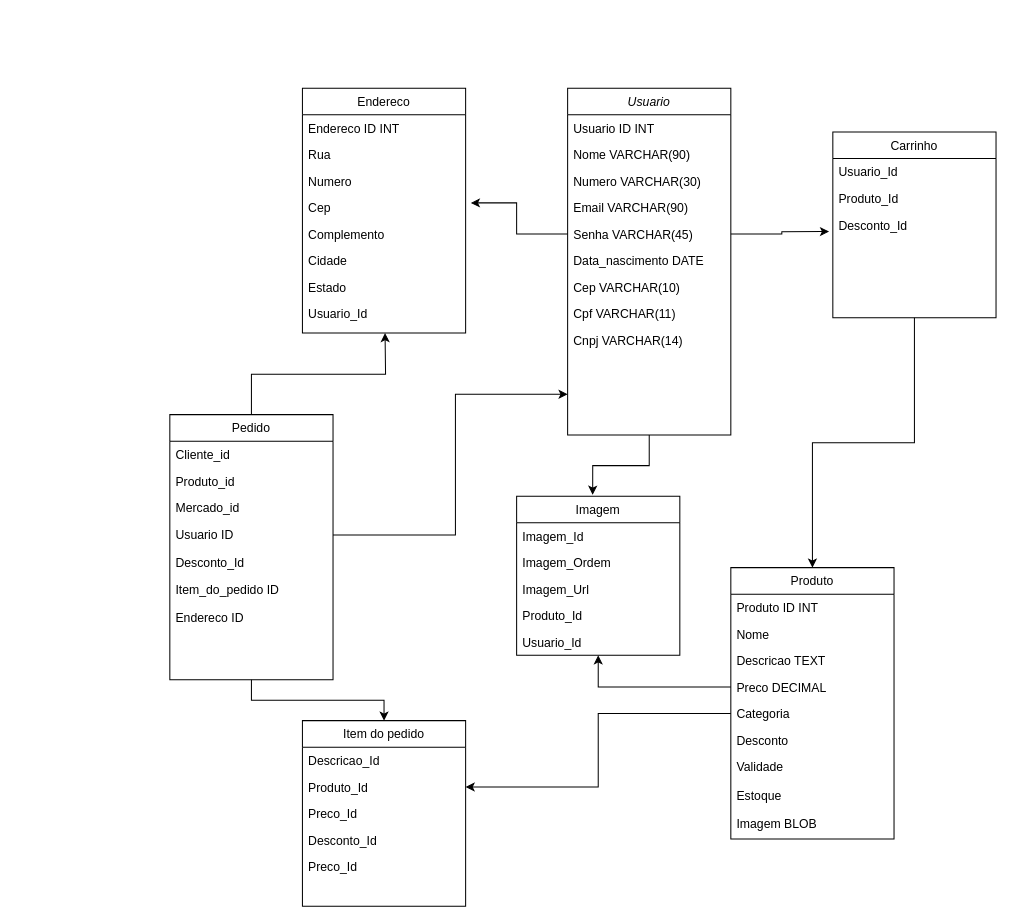
This is Pi5.drawio from GustavoSsampaio/Pi_Baratin, a draw.io file, before an edit. Source tidied: cells renumbered, new cells numbered last; positions are measured from the earlier drawing's top-left corner, leaving out a move shared by most shapes. Both pictures are drawn from the tidied source at 102%, with x=0, y=0 at pixel (169, 88).
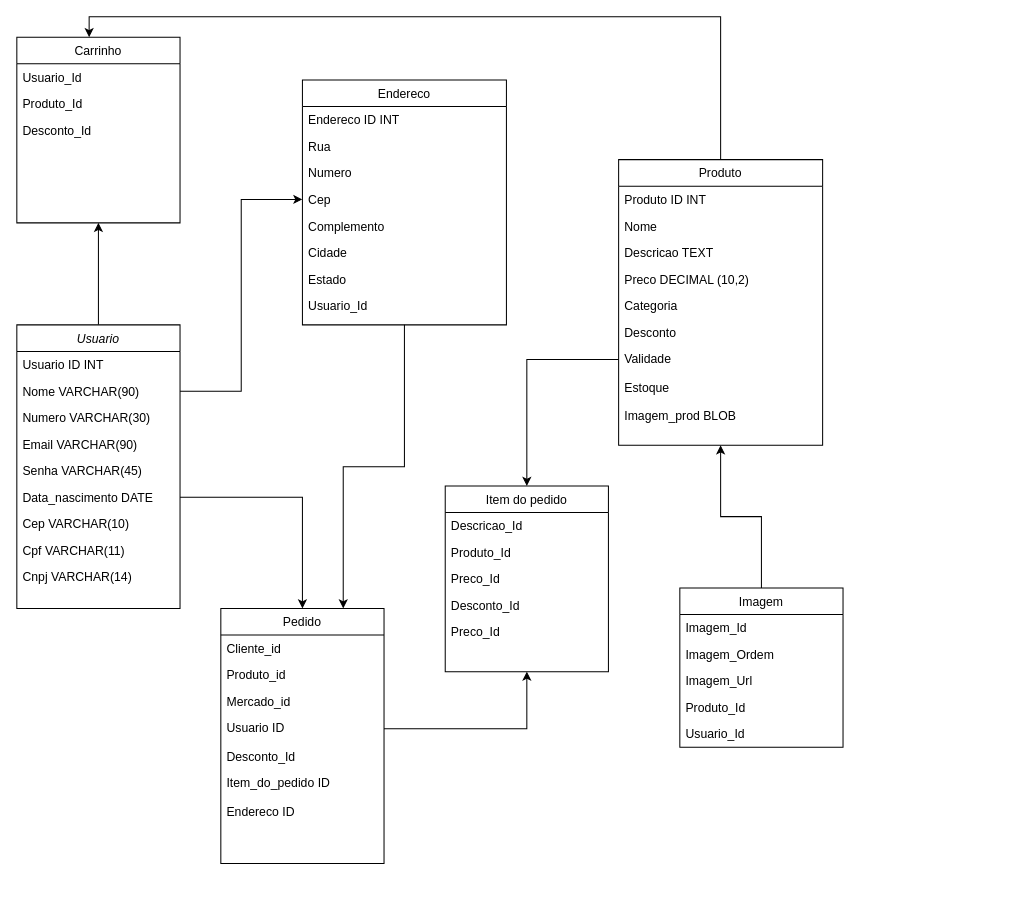
Above is the later version.

Unchanged cells that the change refers to:
```xml
<mxCell id="4" value="Nome VARCHAR(90)" style="text;align=left;verticalAlign=top;spacingLeft=4;spacingRight=4;overflow=hidden;points=[[0,0.5],[1,0.5]];portConstraint=eastwest;" parent="2" vertex="1">
  <mxGeometry y="52" width="160" height="26" as="geometry" />
</mxCell>
<mxCell id="7" value="Senha VARCHAR(45)" style="text;align=left;verticalAlign=top;spacingLeft=4;spacingRight=4;overflow=hidden;points=[[0,0.5],[1,0.5]];portConstraint=eastwest;" parent="2" vertex="1">
  <mxGeometry y="130" width="160" height="26" as="geometry" />
</mxCell>
<mxCell id="8" value="Data_nascimento DATE" style="text;align=left;verticalAlign=top;spacingLeft=4;spacingRight=4;overflow=hidden;points=[[0,0.5],[1,0.5]];portConstraint=eastwest;" parent="2" vertex="1">
  <mxGeometry y="156" width="160" height="26" as="geometry" />
</mxCell>
<mxCell id="16" value="Desconto_Id" style="text;align=left;verticalAlign=top;spacingLeft=4;spacingRight=4;overflow=hidden;points=[[0,0.5],[1,0.5]];portConstraint=eastwest;" parent="13" vertex="1">
  <mxGeometry y="78" width="160" height="26" as="geometry" />
</mxCell>
<mxCell id="29" value="Produto_Id" style="text;align=left;verticalAlign=top;spacingLeft=4;spacingRight=4;overflow=hidden;points=[[0,0.5],[1,0.5]];portConstraint=eastwest;" parent="27" vertex="1">
  <mxGeometry y="52" width="160" height="26" as="geometry" />
</mxCell>
<mxCell id="38" value="Usuario ID" style="text;align=left;verticalAlign=top;spacingLeft=4;spacingRight=4;overflow=hidden;points=[[0,0.5],[1,0.5]];portConstraint=eastwest;" parent="34" vertex="1">
  <mxGeometry y="104" width="160" height="28" as="geometry" />
</mxCell>
```

Diff of the diagram source:
```diff
@@
+    <mxCell id="64" style="edgeStyle=orthogonalEdgeStyle;rounded=0;jettySize=auto;html=1;exitX=0.5;exitY=0;exitDx=0;exitDy=0;entryX=0.5;entryY=1;entryDx=0;entryDy=0;" parent="1" edge="1" source="2" target="13">
+      <mxGeometry relative="1" as="geometry" />
+    </mxCell>
     <mxCell id="2" value="Usuario" style="swimlane;fontStyle=2;align=center;verticalAlign=top;horizontal=1;startSize=26;rounded=0;shadow=0;strokeWidth=1;" parent="1" vertex="1">
-      <mxGeometry x="390" width="160" height="340" as="geometry" />
+      <mxGeometry x="-150" y="232" width="160" height="278" as="geometry" />
     </mxCell>
@@
-    <mxCell id="12" style="edgeStyle=orthogonalEdgeStyle;rounded=0;jettySize=auto;html=1;exitX=0.5;exitY=1;exitDx=0;exitDy=0;" parent="1" edge="1" source="13" target="17">
-      <mxGeometry relative="1" as="geometry" />
-    </mxCell>
     <mxCell id="13" value="Carrinho" style="swimlane;fontStyle=0;align=center;verticalAlign=top;horizontal=1;startSize=26;rounded=0;shadow=0;strokeWidth=1;" parent="1" vertex="1">
-      <mxGeometry x="650" y="43" width="160" height="182" as="geometry" />
+      <mxGeometry x="-150" y="-50" width="160" height="182" as="geometry" />
     </mxCell>
@@
     <mxCell id="17" value="Produto" style="swimlane;fontStyle=0;align=center;verticalAlign=top;horizontal=1;startSize=26;rounded=0;shadow=0;strokeWidth=1;" parent="1" vertex="1">
-      <mxGeometry x="550" y="470" width="160" height="266" as="geometry" />
+      <mxGeometry x="440" y="70" width="200" height="280" as="geometry" />
     </mxCell>
     <mxCell id="18" value="Produto ID INT" style="text;align=left;verticalAlign=top;spacingLeft=4;spacingRight=4;overflow=hidden;" parent="17" vertex="1">
-      <mxGeometry y="26" width="160" height="26" as="geometry" />
+      <mxGeometry y="26" width="200" height="26" as="geometry" />
     </mxCell>
     <mxCell id="19" value="Nome" style="text;align=left;verticalAlign=top;spacingLeft=4;spacingRight=4;overflow=hidden;" parent="17" vertex="1">
-      <mxGeometry y="52" width="160" height="26" as="geometry" />
+      <mxGeometry y="52" width="200" height="26" as="geometry" />
     </mxCell>
     <mxCell id="20" value="Descricao TEXT" style="text;align=left;verticalAlign=top;spacingLeft=4;spacingRight=4;overflow=hidden;" parent="17" vertex="1">
-      <mxGeometry y="78" width="160" height="26" as="geometry" />
+      <mxGeometry y="78" width="200" height="26" as="geometry" />
     </mxCell>
-    <mxCell id="21" value="Preco DECIMAL" style="text;align=left;verticalAlign=top;spacingLeft=4;spacingRight=4;overflow=hidden;points=[[0,0.5],[1,0.5]];portConstraint=eastwest;" parent="17" vertex="1">
-      <mxGeometry y="104" width="160" height="26" as="geometry" />
+    <mxCell id="21" value="Preco DECIMAL (10,2)" style="text;align=left;verticalAlign=top;spacingLeft=4;spacingRight=4;overflow=hidden;points=[[0,0.5],[1,0.5]];portConstraint=eastwest;" parent="17" vertex="1">
+      <mxGeometry y="104" width="200" height="26" as="geometry" />
     </mxCell>
     <mxCell id="22" value="Categoria" style="text;align=left;verticalAlign=top;spacingLeft=4;spacingRight=4;overflow=hidden;points=[[0,0.5],[1,0.5]];portConstraint=eastwest;" parent="17" vertex="1">
-      <mxGeometry y="130" width="160" height="26" as="geometry" />
+      <mxGeometry y="130" width="200" height="26" as="geometry" />
     </mxCell>
     <mxCell id="23" value="Desconto" style="text;align=left;verticalAlign=top;spacingLeft=4;spacingRight=4;overflow=hidden;" parent="17" vertex="1">
-      <mxGeometry y="156" width="160" height="26" as="geometry" />
+      <mxGeometry y="156" width="200" height="26" as="geometry" />
     </mxCell>
     <mxCell id="24" value="Validade" style="text;align=left;verticalAlign=top;spacingLeft=4;spacingRight=4;overflow=hidden;points=[[0,0.5],[1,0.5]];portConstraint=eastwest;" parent="17" vertex="1">
-      <mxGeometry y="182" width="160" height="28" as="geometry" />
+      <mxGeometry y="182" width="200" height="28" as="geometry" />
     </mxCell>
     <mxCell id="25" value="Estoque " style="text;align=left;verticalAlign=top;spacingLeft=4;spacingRight=4;overflow=hidden;" parent="17" vertex="1">
-      <mxGeometry y="210" width="160" height="28" as="geometry" />
+      <mxGeometry y="210" width="200" height="28" as="geometry" />
     </mxCell>
-    <mxCell id="26" value="Imagem BLOB" style="text;align=left;verticalAlign=top;spacingLeft=4;spacingRight=4;overflow=hidden;" parent="17" vertex="1">
-      <mxGeometry y="238" width="160" height="28" as="geometry" />
+    <mxCell id="26" value="Imagem_prod BLOB" style="text;align=left;verticalAlign=top;spacingLeft=4;spacingRight=4;overflow=hidden;" parent="17" vertex="1">
+      <mxGeometry y="238" width="200" height="28" as="geometry" />
     </mxCell>
     <mxCell id="27" value="Item do pedido" style="swimlane;fontStyle=0;align=center;verticalAlign=top;horizontal=1;startSize=26;rounded=0;shadow=0;strokeWidth=1;" parent="1" vertex="1">
-      <mxGeometry x="130" y="620" width="160" height="182" as="geometry" />
+      <mxGeometry x="270" y="390" width="160" height="182" as="geometry" />
     </mxCell>
@@
-    <mxCell id="33" style="edgeStyle=orthogonalEdgeStyle;rounded=0;jettySize=auto;html=1;exitX=0.5;exitY=1;exitDx=0;exitDy=0;entryX=0.5;entryY=0;entryDx=0;entryDy=0;" parent="1" edge="1" source="34" target="27">
-      <mxGeometry relative="1" as="geometry" />
-    </mxCell>
     <mxCell id="34" value="Pedido" style="swimlane;fontStyle=0;align=center;verticalAlign=top;horizontal=1;startSize=26;rounded=0;shadow=0;strokeWidth=1;" parent="1" vertex="1">
-      <mxGeometry y="320" width="160" height="260" as="geometry" />
+      <mxGeometry x="50" y="510" width="160" height="250" as="geometry" />
     </mxCell>
@@
+    <mxCell id="65" style="edgeStyle=orthogonalEdgeStyle;rounded=0;jettySize=auto;html=1;exitX=0.5;exitY=1;exitDx=0;exitDy=0;entryX=0.75;entryY=0;entryDx=0;entryDy=0;" parent="1" edge="1" source="42" target="34">
+      <mxGeometry relative="1" as="geometry" />
+    </mxCell>
     <mxCell id="42" value="Endereco" style="swimlane;fontStyle=0;align=center;verticalAlign=top;horizontal=1;startSize=26;rounded=0;shadow=0;strokeWidth=1;" parent="1" vertex="1">
-      <mxGeometry x="130" width="160" height="240" as="geometry" />
+      <mxGeometry x="130" y="-8" width="200" height="240" as="geometry" />
     </mxCell>
     <mxCell id="43" value="Endereco ID INT" style="text;align=left;verticalAlign=top;spacingLeft=4;spacingRight=4;overflow=hidden;" parent="42" vertex="1">
-      <mxGeometry y="26" width="160" height="26" as="geometry" />
+      <mxGeometry y="26" width="200" height="26" as="geometry" />
     </mxCell>
     <mxCell id="44" value="Rua" style="text;align=left;verticalAlign=top;spacingLeft=4;spacingRight=4;overflow=hidden;" parent="42" vertex="1">
-      <mxGeometry y="52" width="160" height="26" as="geometry" />
+      <mxGeometry y="52" width="200" height="26" as="geometry" />
     </mxCell>
     <mxCell id="45" value="Numero" style="text;align=left;verticalAlign=top;spacingLeft=4;spacingRight=4;overflow=hidden;" parent="42" vertex="1">
-      <mxGeometry y="78" width="160" height="26" as="geometry" />
+      <mxGeometry y="78" width="200" height="26" as="geometry" />
     </mxCell>
     <mxCell id="46" value="Cep" style="text;align=left;verticalAlign=top;spacingLeft=4;spacingRight=4;overflow=hidden;points=[[0,0.5],[1,0.5]];portConstraint=eastwest;" parent="42" vertex="1">
-      <mxGeometry y="104" width="160" height="26" as="geometry" />
+      <mxGeometry y="104" width="200" height="26" as="geometry" />
     </mxCell>
     <mxCell id="47" value="Complemento" style="text;align=left;verticalAlign=top;spacingLeft=4;spacingRight=4;overflow=hidden;" parent="42" vertex="1">
-      <mxGeometry y="130" width="160" height="26" as="geometry" />
+      <mxGeometry y="130" width="200" height="26" as="geometry" />
     </mxCell>
     <mxCell id="48" value="Cidade" style="text;align=left;verticalAlign=top;spacingLeft=4;spacingRight=4;overflow=hidden;" parent="42" vertex="1">
-      <mxGeometry y="156" width="160" height="26" as="geometry" />
+      <mxGeometry y="156" width="200" height="26" as="geometry" />
     </mxCell>
     <mxCell id="49" value="Estado" style="text;align=left;verticalAlign=top;spacingLeft=4;spacingRight=4;overflow=hidden;" parent="42" vertex="1">
-      <mxGeometry y="182" width="160" height="26" as="geometry" />
+      <mxGeometry y="182" width="200" height="26" as="geometry" />
     </mxCell>
     <mxCell id="50" value="Usuario_Id" style="text;align=left;verticalAlign=top;spacingLeft=4;spacingRight=4;overflow=hidden;" parent="42" vertex="1">
-      <mxGeometry y="208" width="160" height="26" as="geometry" />
+      <mxGeometry y="208" width="200" height="26" as="geometry" />
     </mxCell>
-    <mxCell id="51" style="edgeStyle=orthogonalEdgeStyle;rounded=0;jettySize=auto;html=1;exitX=1;exitY=0.5;exitDx=0;exitDy=0;entryX=-0.023;entryY=0.752;entryDx=0;entryDy=0;entryPerimeter=0;" parent="1" edge="1" source="7" target="16">
-      <mxGeometry relative="1" as="geometry" />
-    </mxCell>
-    <mxCell id="52" style="edgeStyle=orthogonalEdgeStyle;rounded=0;jettySize=auto;html=1;exitX=1;exitY=0.5;exitDx=0;exitDy=0;" parent="1" edge="1" source="38">
-      <mxGeometry relative="1" as="geometry">
-        <mxPoint x="390" y="300" as="targetPoint" />
-        <Array as="points">
-          <mxPoint x="280" y="438" />
-          <mxPoint x="280" y="300" />
-        </Array>
-      </mxGeometry>
-    </mxCell>
-    <mxCell id="53" style="edgeStyle=orthogonalEdgeStyle;rounded=0;jettySize=auto;html=1;exitX=0;exitY=0.5;exitDx=0;exitDy=0;entryX=1.032;entryY=0.323;entryDx=0;entryDy=0;entryPerimeter=0;" parent="1" edge="1" source="7" target="46">
-      <mxGeometry relative="1" as="geometry" />
-    </mxCell>
-    <mxCell id="54" style="edgeStyle=orthogonalEdgeStyle;rounded=0;jettySize=auto;html=1;exitX=0.5;exitY=0;exitDx=0;exitDy=0;" parent="1" edge="1" source="34">
-      <mxGeometry relative="1" as="geometry">
-        <mxPoint x="211" y="240" as="targetPoint" />
-      </mxGeometry>
-    </mxCell>
-    <mxCell id="55" style="edgeStyle=orthogonalEdgeStyle;rounded=0;jettySize=auto;html=1;exitX=0;exitY=0.5;exitDx=0;exitDy=0;entryX=1;entryY=0.5;entryDx=0;entryDy=0;" parent="1" edge="1" source="22" target="29">
-      <mxGeometry relative="1" as="geometry" />
-    </mxCell>
+    <mxCell id="66" style="edgeStyle=orthogonalEdgeStyle;rounded=0;jettySize=auto;html=1;exitX=0.5;exitY=0;exitDx=0;exitDy=0;entryX=0.5;entryY=1;entryDx=0;entryDy=0;" parent="1" edge="1" source="56" target="17">
+      <mxGeometry relative="1" as="geometry" />
+    </mxCell>
     <mxCell id="56" value="Imagem" style="swimlane;fontStyle=0;align=center;verticalAlign=top;horizontal=1;startSize=26;rounded=0;shadow=0;strokeWidth=1;" parent="1" vertex="1">
-      <mxGeometry x="340" y="400" width="160" height="156" as="geometry" />
+      <mxGeometry x="500" y="490" width="160" height="156" as="geometry" />
     </mxCell>
@@
-    <mxCell id="62" style="edgeStyle=orthogonalEdgeStyle;rounded=0;jettySize=auto;html=1;exitX=0.5;exitY=1;exitDx=0;exitDy=0;entryX=0.466;entryY=-0.009;entryDx=0;entryDy=0;entryPerimeter=0;" parent="1" edge="1" source="2" target="56">
-      <mxGeometry relative="1" as="geometry" />
-    </mxCell>
-    <mxCell id="63" style="edgeStyle=orthogonalEdgeStyle;rounded=0;jettySize=auto;html=1;exitX=0;exitY=0.5;exitDx=0;exitDy=0;entryX=0.5;entryY=1;entryDx=0;entryDy=0;" parent="1" edge="1" source="21" target="56">
-      <mxGeometry relative="1" as="geometry" />
-    </mxCell>
+    <mxCell id="67" style="edgeStyle=orthogonalEdgeStyle;rounded=0;jettySize=auto;html=1;exitX=0.5;exitY=0;exitDx=0;exitDy=0;entryX=0.443;entryY=0;entryDx=0;entryDy=0;entryPerimeter=0;" parent="1" edge="1" source="17" target="13">
+      <mxGeometry relative="1" as="geometry" />
+    </mxCell>
+    <mxCell id="68" style="edgeStyle=orthogonalEdgeStyle;rounded=0;jettySize=auto;html=1;exitX=1;exitY=0.5;exitDx=0;exitDy=0;entryX=0;entryY=0.5;entryDx=0;entryDy=0;" parent="1" edge="1" source="4" target="46">
+      <mxGeometry relative="1" as="geometry" />
+    </mxCell>
+    <mxCell id="69" style="edgeStyle=orthogonalEdgeStyle;rounded=0;jettySize=auto;html=1;exitX=1;exitY=0.5;exitDx=0;exitDy=0;entryX=0.5;entryY=0;entryDx=0;entryDy=0;" parent="1" edge="1" source="8" target="34">
+      <mxGeometry relative="1" as="geometry" />
+    </mxCell>
+    <mxCell id="70" style="edgeStyle=orthogonalEdgeStyle;rounded=0;jettySize=auto;html=1;exitX=1;exitY=0.5;exitDx=0;exitDy=0;entryX=0.5;entryY=1;entryDx=0;entryDy=0;" parent="1" edge="1" source="38" target="27">
+      <mxGeometry relative="1" as="geometry" />
+    </mxCell>
+    <mxCell id="71" style="edgeStyle=orthogonalEdgeStyle;rounded=0;jettySize=auto;html=1;exitX=0;exitY=0.5;exitDx=0;exitDy=0;entryX=0.5;entryY=0;entryDx=0;entryDy=0;" parent="1" edge="1" source="24" target="27">
+      <mxGeometry relative="1" as="geometry" />
+    </mxCell>
```
